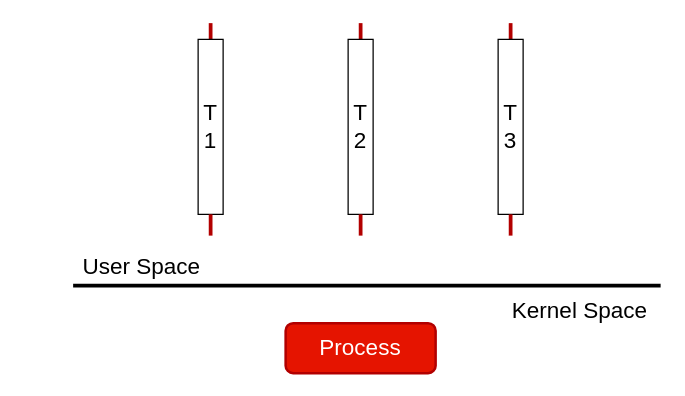
The draw.io diagram multi-thread.drawio in auula/draw.io, before the edit. Source tidied: cells renumbered, new cells numbered last; positions are measured from the earlier drawing's top-left corner, leaving out a move shared by most shapes. Both pictures are drawn from the tidied source at 125%, with x=0, y=0 at pixel (72, 22).
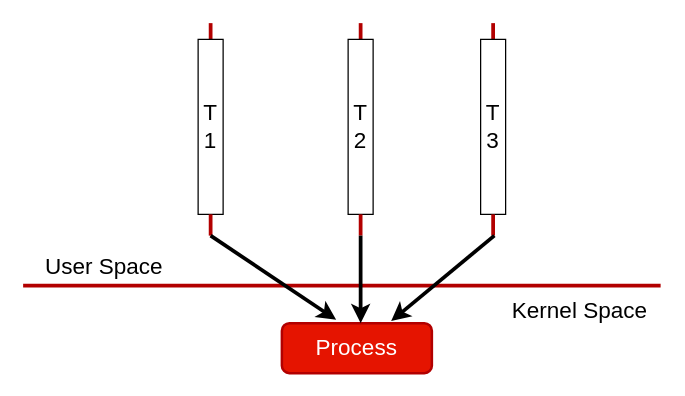
The same diagram, later.

The change refers to these unchanged cells:
```xml
<mxCell id="4" style="group;" parent="1" vertex="1">
  <mxGeometry x="100" width="20" height="170" as="geometry" />
</mxCell>
```

Change to the diagram source:
```diff
@@
-    <mxCell id="2" style="endArrow=none;html=1;rounded=0;strokeWidth=3;" parent="1" edge="1">
+    <mxCell id="2" style="endArrow=none;html=1;rounded=0;strokeWidth=3;fillColor=#e51400;strokeColor=#B20000;" parent="1" edge="1">
       <mxGeometry relative="1" as="geometry">
-        <mxPoint y="210" as="sourcePoint" />
+        <mxPoint x="-40" y="210" as="sourcePoint" />
         <mxPoint x="470" y="210" as="targetPoint" />
       </mxGeometry>
     </mxCell>
     <mxCell id="3" value="&lt;font style=&quot;font-size: 18px;&quot;&gt;User Space&lt;/font&gt;" style="text;html=1;strokeColor=none;fillColor=none;align=center;verticalAlign=middle;whiteSpace=wrap;rounded=0;" parent="1" vertex="1">
-      <mxGeometry y="180" width="110" height="30" as="geometry" />
+      <mxGeometry x="-30" y="180" width="110" height="30" as="geometry" />
     </mxCell>
@@
+    <mxCell id="18" style="endArrow=classic;html=1;rounded=0;fontSize=18;strokeWidth=3;entryX=0.362;entryY=-0.066;entryDx=0;entryDy=0;entryPerimeter=0;" parent="4" edge="1" target="17">
+      <mxGeometry relative="1" as="geometry">
+        <mxPoint x="10" y="170" as="sourcePoint" />
+      </mxGeometry>
+    </mxCell>
@@
     <mxCell id="12" style="group;" parent="1" vertex="1">
-      <mxGeometry x="340" width="20" height="170" as="geometry" />
+      <mxGeometry x="326" width="20" height="170" as="geometry" />
     </mxCell>
@@
     <mxCell id="17" value="Process" style="rounded=1;whiteSpace=wrap;html=1;fontSize=18;strokeWidth=2;fillColor=#e51400;fontColor=#ffffff;strokeColor=#B20000;" parent="1" vertex="1">
-      <mxGeometry x="170" y="240" width="120" height="40" as="geometry" />
+      <mxGeometry x="167" y="240" width="120" height="40" as="geometry" />
     </mxCell>
+    <mxCell id="19" style="endArrow=classic;html=1;rounded=0;fontSize=18;strokeWidth=3;entryX=0.5;entryY=0;entryDx=0;entryDy=0;" parent="1" edge="1">
+      <mxGeometry relative="1" as="geometry">
+        <mxPoint x="230" y="170" as="sourcePoint" />
+        <mxPoint x="230" y="240" as="targetPoint" />
+      </mxGeometry>
+    </mxCell>
+    <mxCell id="20" style="endArrow=classic;html=1;rounded=0;fontSize=18;strokeWidth=3;entryX=0.695;entryY=-0.041;entryDx=0;entryDy=0;entryPerimeter=0;" parent="1" edge="1">
+      <mxGeometry relative="1" as="geometry">
+        <mxPoint x="337" y="170" as="sourcePoint" />
+        <mxPoint x="254.4" y="238.4" as="targetPoint" />
+      </mxGeometry>
+    </mxCell>
```
